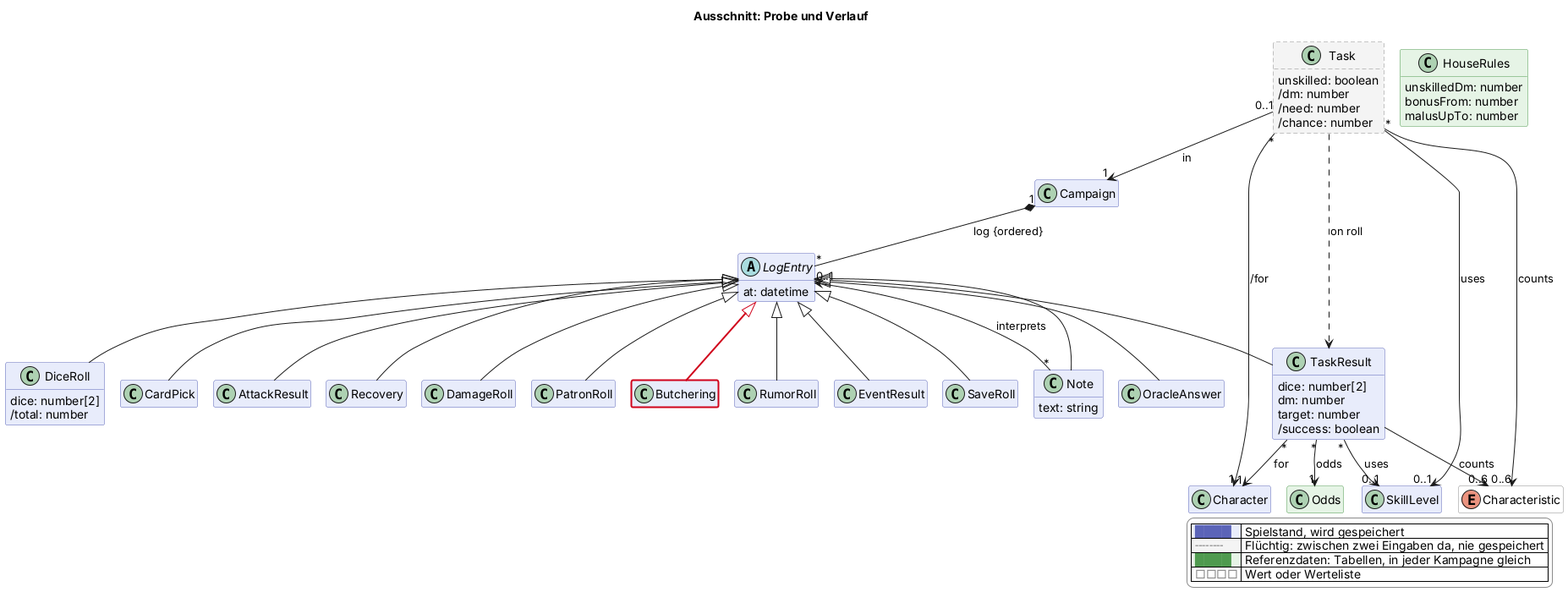
scuzzar/SRE keeps this PlantUML diagram as docs/views/probe.png. Above is the earlier version.
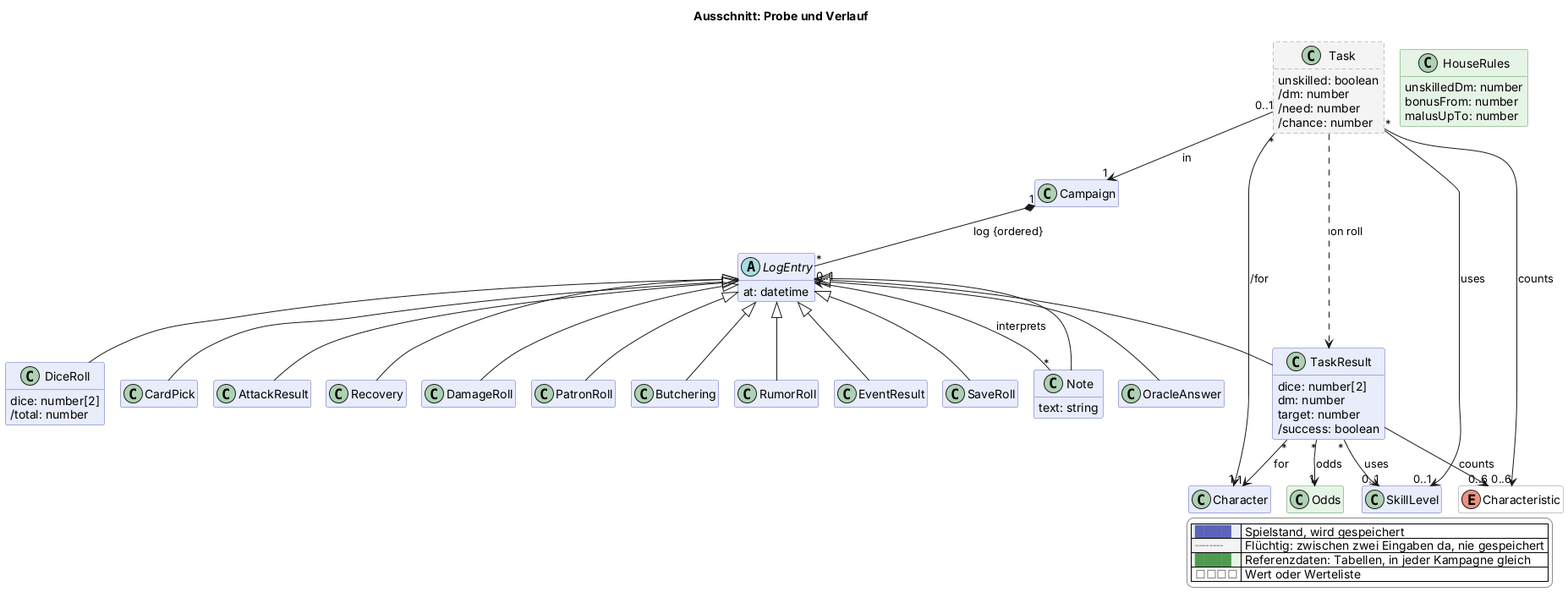
After the change.

What changed in the source:
```diff
@@ -85,7 +85,7 @@
     text: string
   }
   class PatronRoll $begegnung
-  class Butchering $begegnung $newClass("2026-11-13")
+  class Butchering $begegnung
   class RumorRoll $begegnung
   class EventResult $begegnung
   class SaveRoll $begegnung
@@ -131,7 +131,7 @@
 LogEntry <|-- Note
 LogEntry <|-- PatronRoll
 LogEntry <|-- RumorRoll
-LogEntry <|-$newArrow("2026-11-13")- Butchering
+LogEntry <|-- Butchering
 Note "*" --> "0..1" LogEntry : interprets
 TaskResult "*" --> "1" Character : for
 TaskResult "*" --> "0..1" SkillLevel : uses
```
